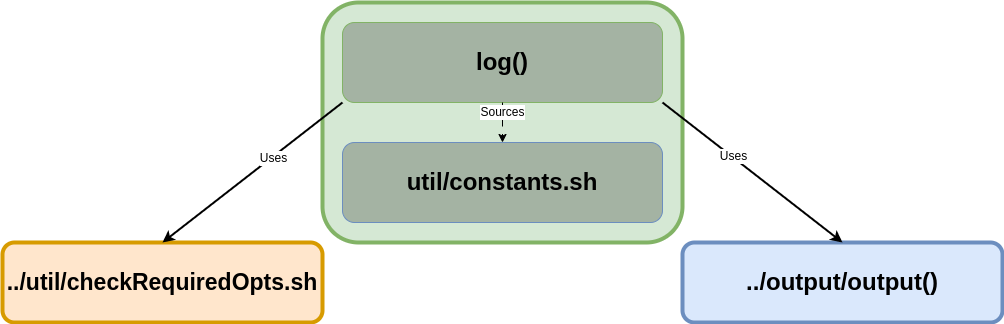
This is docs/diagrams/log.png from ReedClanton/bash_base, a draw.io export, as it was before one commit. Source tidied: cells renumbered, new cells last; positions are measured from the earlier drawing's top-left corner, leaving out a move shared by most shapes.
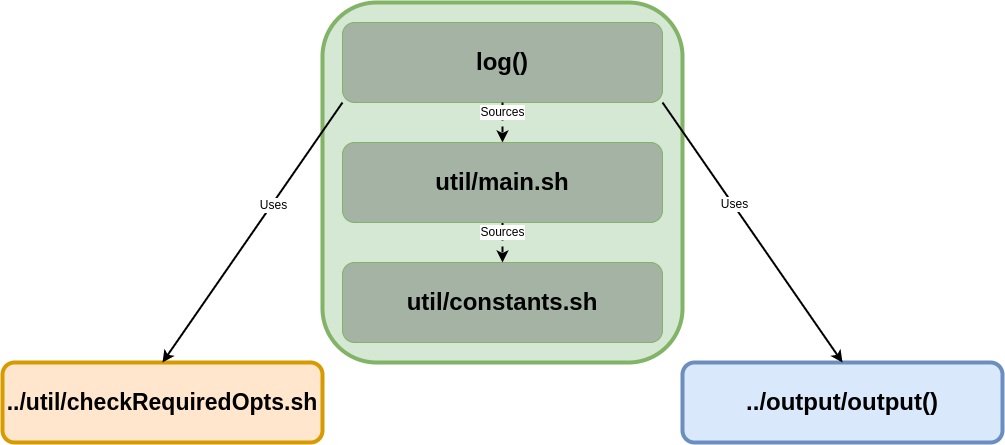
The same file after the commit.

What changed in the source:
```diff
@@ -2,38 +2,44 @@
   <root>
     <mxCell id="0" />
     <mxCell id="1" parent="0" />
-    <mxCell id="2" style="group;" parent="1" vertex="1">
-      <mxGeometry x="320" width="360" height="240" as="geometry" />
+    <mxCell id="2" value="&lt;h1&gt;../output/output()&lt;/h1&gt;" style="rounded=1;whiteSpace=wrap;html=1;fillColor=#dae8fc;strokeColor=#6c8ebf;strokeWidth=4;" parent="1" vertex="1">
+      <mxGeometry x="320" width="320" height="80" as="geometry" />
     </mxCell>
-    <mxCell id="3" style="rounded=1;whiteSpace=wrap;html=1;fillColor=#d5e8d4;strokeColor=#82b366;strokeWidth=4;" parent="2" vertex="1">
-      <mxGeometry width="360" height="240" as="geometry" />
+    <mxCell id="3" value="&lt;h1&gt;&lt;font style=&quot;font-size: 23px;&quot;&gt;../util/checkRequiredOpts.sh&lt;/font&gt;&lt;/h1&gt;" style="rounded=1;whiteSpace=wrap;html=1;fillColor=#ffe6cc;strokeColor=#d79b00;strokeWidth=4;" parent="1" vertex="1">
+      <mxGeometry x="-360" width="320" height="80" as="geometry" />
     </mxCell>
-    <mxCell id="4" value="&lt;h1&gt;log()&lt;/h1&gt;" style="rounded=1;whiteSpace=wrap;html=1;fillColor=#A4B3A3;strokeColor=#82b366;strokeWidth=1;" parent="2" vertex="1">
-      <mxGeometry x="20" y="20" width="320" height="80" as="geometry" />
+    <mxCell id="4" style="group;" parent="1" vertex="1">
+      <mxGeometry x="-40" y="-360" width="360" height="360" as="geometry" />
     </mxCell>
-    <mxCell id="5" value="&lt;font style=&quot;font-size: 12px;&quot;&gt;Sources&lt;/font&gt;" style="endArrow=classic;html=1;rounded=0;exitX=0.5;exitY=1;exitDx=0;exitDy=0;entryX=0.5;entryY=0;entryDx=0;entryDy=0;dashed=1;dashPattern=8 8;" parent="2" edge="1" source="4" target="6">
-      <mxGeometry x="-0.5" relative="1" as="geometry" />
+    <mxCell id="5" style="rounded=1;whiteSpace=wrap;html=1;fillColor=#d5e8d4;strokeColor=#82b366;strokeWidth=4;" parent="4" vertex="1">
+      <mxGeometry width="360" height="360" as="geometry" />
     </mxCell>
-    <mxCell id="6" value="&lt;h1&gt;util/constants.sh&lt;/h1&gt;" style="rounded=1;whiteSpace=wrap;html=1;fillColor=#A4B3A3;strokeColor=#6c8ebf;" parent="2" vertex="1">
-      <mxGeometry x="20" y="140" width="320" height="80" as="geometry" />
+    <mxCell id="6" value="&lt;h1&gt;log()&lt;/h1&gt;" style="rounded=1;whiteSpace=wrap;html=1;fillColor=#A4B3A3;strokeColor=#82b366;strokeWidth=1;" parent="4" vertex="1">
+      <mxGeometry x="20" y="20" width="320" height="80" as="geometry" />
     </mxCell>
-    <mxCell id="7" value="&lt;h1&gt;../output/output()&lt;/h1&gt;" style="rounded=1;whiteSpace=wrap;html=1;fillColor=#dae8fc;strokeColor=#6c8ebf;strokeWidth=4;" parent="1" vertex="1">
-      <mxGeometry x="680" y="240" width="320" height="80" as="geometry" />
+    <mxCell id="7" value="&lt;h1&gt;util/constants.sh&lt;/h1&gt;" style="rounded=1;whiteSpace=wrap;html=1;fillColor=#A4B3A3;strokeColor=#82b366;strokeWidth=1;" parent="4" vertex="1">
+      <mxGeometry x="20" y="260" width="320" height="80" as="geometry" />
     </mxCell>
-    <mxCell id="8" style="endArrow=classic;html=1;rounded=0;entryX=0.5;entryY=0;entryDx=0;entryDy=0;exitX=1;exitY=1;exitDx=0;exitDy=0;strokeWidth=2;" parent="1" edge="1" source="4" target="7">
-      <mxGeometry relative="1" as="geometry" />
+    <mxCell id="8" value="&lt;font style=&quot;font-size: 12px;&quot;&gt;Sources&lt;/font&gt;" style="endArrow=classic;html=1;rounded=0;exitX=0.5;exitY=1;exitDx=0;exitDy=0;entryX=0.5;entryY=0;entryDx=0;entryDy=0;dashed=1;strokeWidth=2;" parent="4" edge="1" source="10" target="7">
+      <mxGeometry x="-0.5" relative="1" as="geometry" />
     </mxCell>
-    <mxCell id="9" value="&lt;font style=&quot;font-size: 12px;&quot;&gt;Uses&lt;/font&gt;" style="edgeLabel;html=1;align=center;verticalAlign=middle;" parent="8" vertex="1">
-      <mxGeometry x="-0.22" y="1" relative="1" as="geometry" />
+    <mxCell id="9" value="&lt;font style=&quot;font-size: 12px;&quot;&gt;Sources&lt;/font&gt;" style="endArrow=classic;html=1;rounded=0;exitX=0.5;exitY=1;exitDx=0;exitDy=0;entryX=0.5;entryY=0;entryDx=0;entryDy=0;dashed=1;strokeWidth=2;" parent="4" edge="1" source="6" target="10">
+      <mxGeometry x="-0.5" relative="1" as="geometry" />
     </mxCell>
-    <mxCell id="10" value="&lt;h1&gt;&lt;font style=&quot;font-size: 23px;&quot;&gt;../util/checkRequiredOpts.sh&lt;/font&gt;&lt;/h1&gt;" style="rounded=1;whiteSpace=wrap;html=1;fillColor=#ffe6cc;strokeColor=#d79b00;strokeWidth=4;" parent="1" vertex="1">
-      <mxGeometry y="240" width="320" height="80" as="geometry" />
+    <mxCell id="10" value="&lt;h1&gt;util/main.sh&lt;/h1&gt;" style="rounded=1;whiteSpace=wrap;html=1;fillColor=#A4B3A3;strokeColor=#82b366;strokeWidth=1;" parent="4" vertex="1">
+      <mxGeometry x="20" y="140" width="320" height="80" as="geometry" />
     </mxCell>
-    <mxCell id="11" style="endArrow=classic;html=1;rounded=0;entryX=0.5;entryY=0;entryDx=0;entryDy=0;exitX=0;exitY=1;exitDx=0;exitDy=0;strokeWidth=2;" parent="1" edge="1" source="4" target="10">
+    <mxCell id="11" style="endArrow=classic;html=1;rounded=0;entryX=0.5;entryY=0;entryDx=0;entryDy=0;exitX=1;exitY=1;exitDx=0;exitDy=0;strokeWidth=2;" parent="1" edge="1" source="6" target="2">
       <mxGeometry relative="1" as="geometry" />
     </mxCell>
     <mxCell id="12" value="&lt;font style=&quot;font-size: 12px;&quot;&gt;Uses&lt;/font&gt;" style="edgeLabel;html=1;align=center;verticalAlign=middle;" parent="11" vertex="1">
       <mxGeometry x="-0.22" y="1" relative="1" as="geometry" />
     </mxCell>
+    <mxCell id="13" style="endArrow=classic;html=1;rounded=0;entryX=0.5;entryY=0;entryDx=0;entryDy=0;exitX=0;exitY=1;exitDx=0;exitDy=0;strokeWidth=2;" parent="1" edge="1" source="6" target="3">
+      <mxGeometry relative="1" as="geometry" />
+    </mxCell>
+    <mxCell id="14" value="&lt;font style=&quot;font-size: 12px;&quot;&gt;Uses&lt;/font&gt;" style="edgeLabel;html=1;align=center;verticalAlign=middle;" parent="13" vertex="1">
+      <mxGeometry x="-0.22" y="1" relative="1" as="geometry" />
+    </mxCell>
   </root>
 </mxGraphModel>
```
